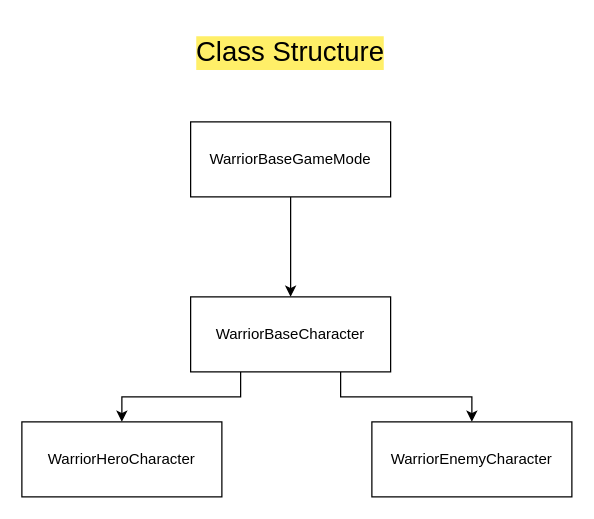
Before: WarriorRPG/Diagrama/WarriorRPG.drawio in simaomenezes/RPG_combat, a draw.io diagram. Source tidied: cells renumbered, new cells numbered last; positions are measured from the earlier drawing's top-left corner, leaving out a move shared by most shapes. Both pictures are drawn from the tidied source at 125%, with x=0, y=0 at pixel (21, 21).
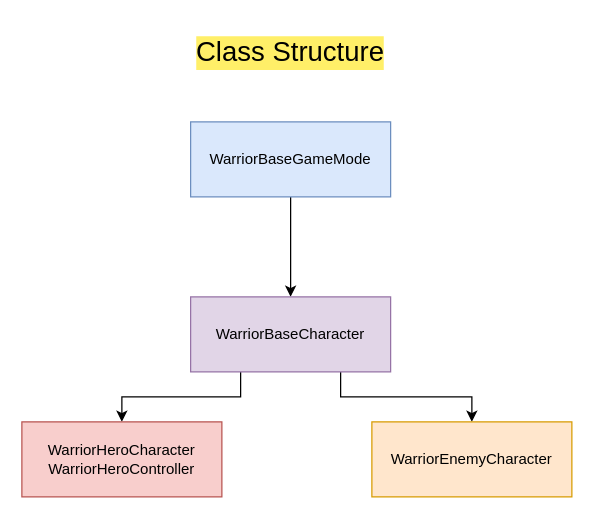
The same page after the edit.

What changed in the source:
```diff
@@
 <mxGraphModel>
   <root>
     <mxCell id="0" />
     <mxCell id="1" parent="0" />
     <mxCell id="2" value="Class Structure" style="text;html=1;align=center;verticalAlign=middle;whiteSpace=wrap;rounded=0;fontSize=22;labelBackgroundColor=#FFEF68;" parent="1" vertex="1">
       <mxGeometry x="70" width="290" height="50" as="geometry" />
     </mxCell>
     <mxCell id="3" style="edgeStyle=orthogonalEdgeStyle;rounded=0;jettySize=auto;html=1;entryX=0.5;entryY=0;entryDx=0;entryDy=0;" parent="1" edge="1" source="4" target="7">
       <mxGeometry relative="1" as="geometry" />
     </mxCell>
-    <mxCell id="4" value="WarriorBaseGameMode" style="rounded=0;whiteSpace=wrap;html=1;" parent="1" vertex="1">
+    <mxCell id="4" value="WarriorBaseGameMode" style="rounded=0;whiteSpace=wrap;html=1;labelBackgroundColor=none;labelBorderColor=none;fillColor=#dae8fc;strokeColor=#6c8ebf;" parent="1" vertex="1">
       <mxGeometry x="135" y="80" width="160" height="60" as="geometry" />
     </mxCell>
     <mxCell id="5" style="edgeStyle=orthogonalEdgeStyle;rounded=0;jettySize=auto;html=1;exitX=0.75;exitY=1;exitDx=0;exitDy=0;entryX=0.5;entryY=0;entryDx=0;entryDy=0;" parent="1" edge="1" source="7" target="9">
       <mxGeometry relative="1" as="geometry" />
     </mxCell>
     <mxCell id="6" style="edgeStyle=orthogonalEdgeStyle;rounded=0;jettySize=auto;html=1;exitX=0.25;exitY=1;exitDx=0;exitDy=0;entryX=0.5;entryY=0;entryDx=0;entryDy=0;" parent="1" edge="1" source="7" target="8">
       <mxGeometry relative="1" as="geometry" />
     </mxCell>
-    <mxCell id="7" value="WarriorBaseCharacter" style="rounded=0;whiteSpace=wrap;html=1;" parent="1" vertex="1">
+    <mxCell id="7" value="WarriorBaseCharacter" style="rounded=0;whiteSpace=wrap;html=1;fillColor=#e1d5e7;strokeColor=#9673a6;" parent="1" vertex="1">
       <mxGeometry x="135" y="220" width="160" height="60" as="geometry" />
     </mxCell>
-    <mxCell id="8" value="WarriorHeroCharacter" style="rounded=0;whiteSpace=wrap;html=1;" parent="1" vertex="1">
+    <mxCell id="8" value="WarriorHeroCharacter&lt;div&gt;WarriorHeroController&lt;/div&gt;" style="rounded=0;whiteSpace=wrap;html=1;fillColor=#f8cecc;strokeColor=#b85450;" parent="1" vertex="1">
       <mxGeometry y="320" width="160" height="60" as="geometry" />
     </mxCell>
-    <mxCell id="9" value="WarriorEnemyCharacter" style="rounded=0;whiteSpace=wrap;html=1;" parent="1" vertex="1">
+    <mxCell id="9" value="WarriorEnemyCharacter" style="rounded=0;whiteSpace=wrap;html=1;fillColor=#ffe6cc;strokeColor=#d79b00;" parent="1" vertex="1">
       <mxGeometry x="280" y="320" width="160" height="60" as="geometry" />
     </mxCell>
   </root>
 </mxGraphModel>
```
